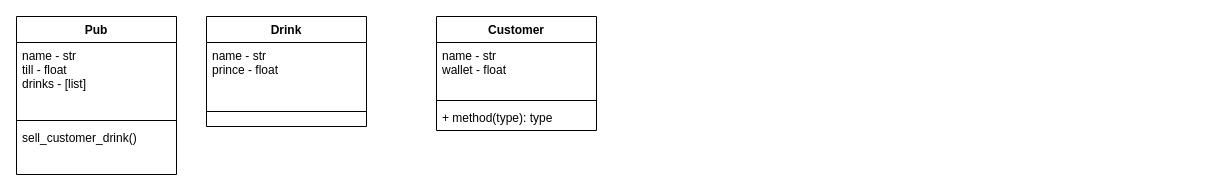
Above: pub_plan.drawio in Andrej300/week_2_day_3_pub_lab (draw.io), before the change. Source tidied: cells renumbered, new cells numbered last; positions are measured from the earlier drawing's top-left corner, leaving out a move shared by most shapes. Both pictures are drawn from the tidied source at 100%, with x=0, y=0 at pixel (16, 16).
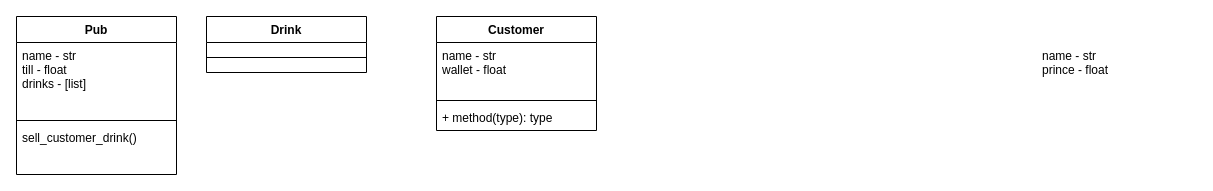
The same diagram, later.

What changed in the source:
```diff
@@
 <mxGraphModel>
   <root>
     <mxCell id="0" />
     <mxCell id="1" parent="0" />
     <mxCell id="2" value="Customer" style="swimlane;fontStyle=1;align=center;verticalAlign=top;horizontal=1;startSize=26;" parent="1" vertex="1">
       <mxGeometry x="420" width="160" height="114" as="geometry" />
     </mxCell>
     <mxCell id="3" value="name - str&#10;wallet - float" style="text;strokeColor=none;fillColor=none;align=left;verticalAlign=top;spacingLeft=4;spacingRight=4;overflow=hidden;" parent="2" vertex="1">
       <mxGeometry y="26" width="160" height="54" as="geometry" />
     </mxCell>
     <mxCell id="4" style="line;strokeWidth=1;fillColor=none;align=left;verticalAlign=middle;spacingTop=-1;spacingLeft=3;spacingRight=3;labelPosition=right;" parent="2" vertex="1">
       <mxGeometry y="80" width="160" height="8" as="geometry" />
     </mxCell>
     <mxCell id="5" value="+ method(type): type" style="text;strokeColor=none;fillColor=none;align=left;verticalAlign=top;spacingLeft=4;spacingRight=4;overflow=hidden;" parent="2" vertex="1">
       <mxGeometry y="88" width="160" height="26" as="geometry" />
     </mxCell>
     <mxCell id="6" value="Pub" style="swimlane;fontStyle=1;align=center;verticalAlign=top;horizontal=1;startSize=26;" parent="1" vertex="1">
       <mxGeometry width="160" height="158" as="geometry" />
     </mxCell>
     <mxCell id="7" value="name - str&#10;till - float&#10;drinks - [list]" style="text;strokeColor=none;fillColor=none;align=left;verticalAlign=top;spacingLeft=4;spacingRight=4;overflow=hidden;" parent="6" vertex="1">
       <mxGeometry y="26" width="160" height="74" as="geometry" />
     </mxCell>
     <mxCell id="8" style="line;strokeWidth=1;fillColor=none;align=left;verticalAlign=middle;spacingTop=-1;spacingLeft=3;spacingRight=3;labelPosition=right;" parent="6" vertex="1">
       <mxGeometry y="100" width="160" height="8" as="geometry" />
     </mxCell>
     <mxCell id="9" value="sell_customer_drink()" style="text;strokeColor=none;fillColor=none;align=left;verticalAlign=top;spacingLeft=4;spacingRight=4;overflow=hidden;" parent="6" vertex="1">
       <mxGeometry y="108" width="160" height="50" as="geometry" />
     </mxCell>
     <mxCell id="10" value="Drink" style="swimlane;fontStyle=1;align=center;verticalAlign=top;horizontal=1;startSize=26;" parent="1" vertex="1">
-      <mxGeometry x="190" width="160" height="110" as="geometry" />
+      <mxGeometry x="190" width="160" height="56" as="geometry" />
     </mxCell>
+    <mxCell id="12" style="line;strokeWidth=1;fillColor=none;align=left;verticalAlign=middle;spacingTop=-1;spacingLeft=3;spacingRight=3;labelPosition=right;" parent="10" vertex="1">
+      <mxGeometry y="26" width="160" height="30" as="geometry" />
+    </mxCell>
-    <mxCell id="11" value="name - str&#10;prince - float" style="text;strokeColor=none;fillColor=none;align=left;verticalAlign=top;spacingLeft=4;spacingRight=4;overflow=hidden;" parent="10" vertex="1">
-      <mxGeometry y="26" width="160" height="54" as="geometry" />
+    <mxCell id="11" value="name - str&#10;prince - float" style="text;strokeColor=none;fillColor=none;align=left;verticalAlign=top;spacingLeft=4;spacingRight=4;overflow=hidden;" parent="1" vertex="1">
+      <mxGeometry x="1020" y="26" width="160" height="54" as="geometry" />
     </mxCell>
-    <mxCell id="12" style="line;strokeWidth=1;fillColor=none;align=left;verticalAlign=middle;spacingTop=-1;spacingLeft=3;spacingRight=3;labelPosition=right;" parent="10" vertex="1">
-      <mxGeometry y="80" width="160" height="30" as="geometry" />
-    </mxCell>
   </root>
 </mxGraphModel>
```
